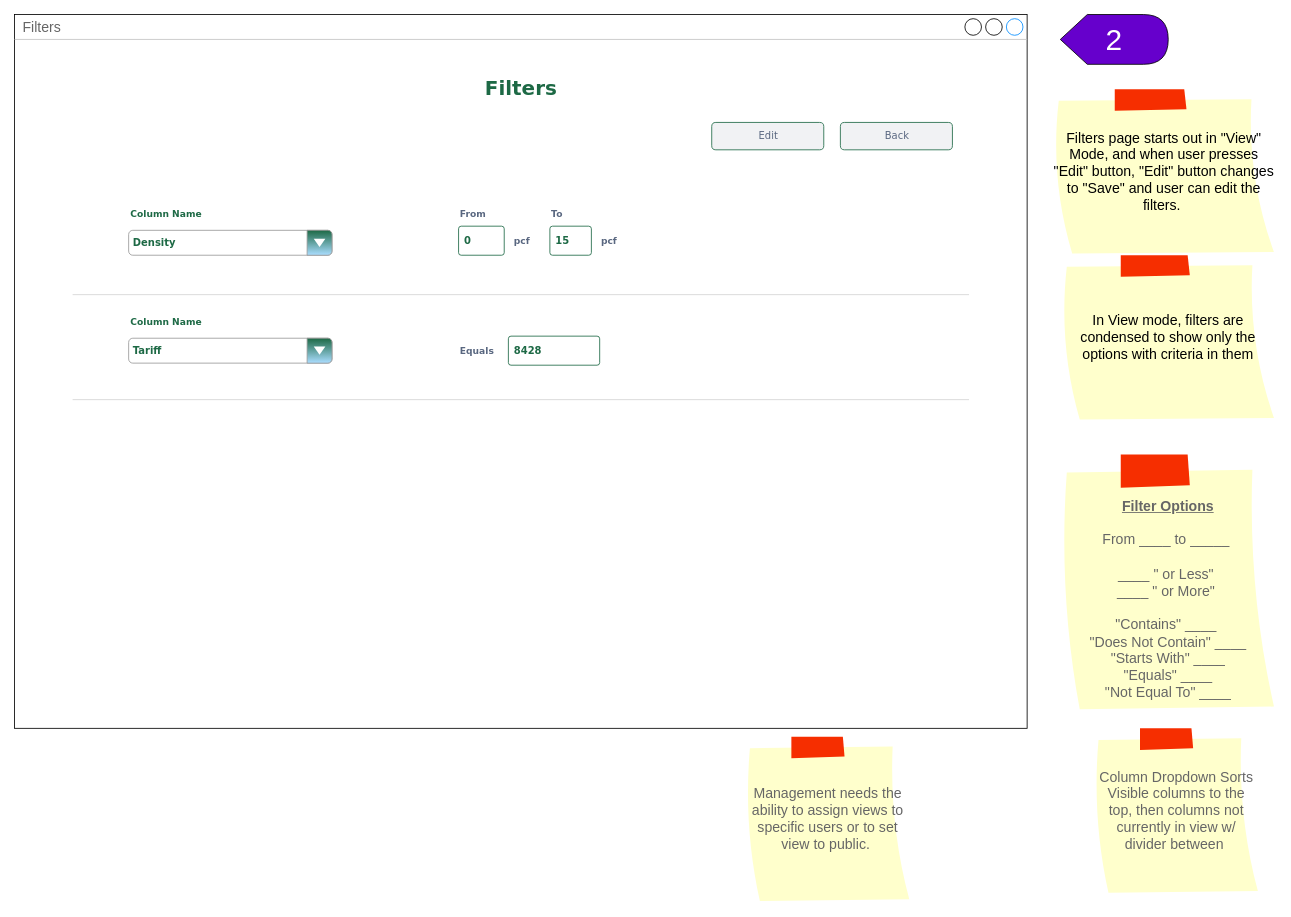
This is page "View Filters" (5 of 11) of Phase 2 Draw.io File.drawio from queenofprydein/RandomStuff, a draw.io file, before an edit. Source tidied: cells renumbered, new cells numbered last; positions are measured from the earlier drawing's top-left corner, leaving out a move shared by most shapes. Both pictures are drawn from the tidied source at 83%, with x=0, y=0 at pixel (14, 14).
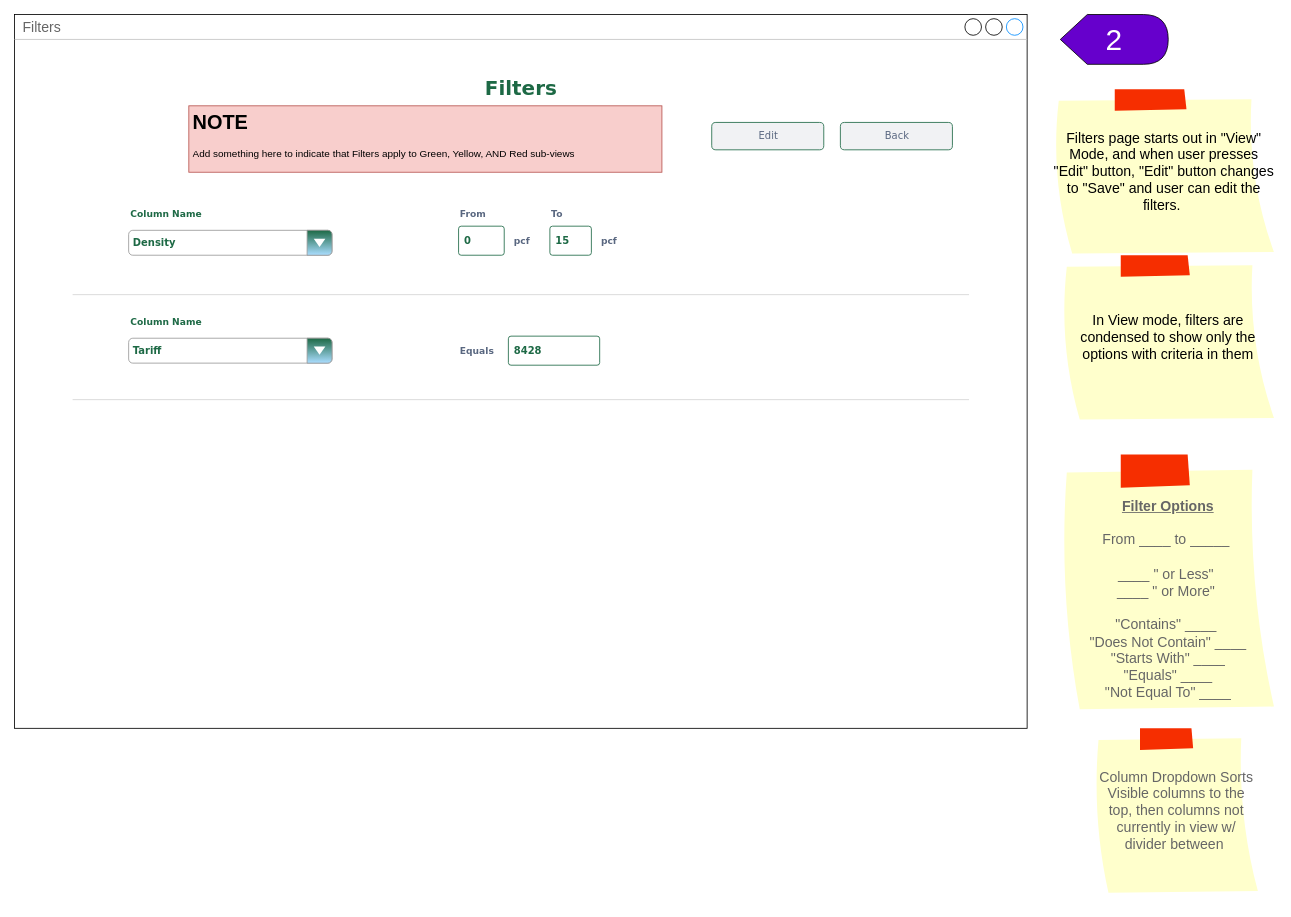
The same diagram, later.

Change to the diagram source:
```diff
@@
-    <mxCell id="24" value="Management needs the ability to assign views to specific users or to set view to public.&amp;nbsp;" style="strokeWidth=1;shadow=0;dashed=0;align=center;html=1;shape=mxgraph.mockup.text.stickyNote2;fontColor=#666666;mainText=;fontSize=17;whiteSpace=wrap;fillColor=#ffffcc;strokeColor=#F62E00;" parent="1" vertex="1">
-      <mxGeometry x="880" y="870" width="200" height="200" as="geometry" />
-    </mxCell>
@@
+    <mxCell id="26" value="&lt;h1&gt;NOTE&lt;/h1&gt;&lt;p&gt;Add something here to indicate that Filters apply to Green, Yellow, AND Red sub-views&lt;/p&gt;" style="text;html=1;strokeColor=#b85450;fillColor=#f8cecc;spacing=5;spacingTop=-20;whiteSpace=wrap;overflow=hidden;rounded=0;" parent="1" vertex="1">
+      <mxGeometry x="210" y="110" width="570" height="80" as="geometry" />
+    </mxCell>
```
